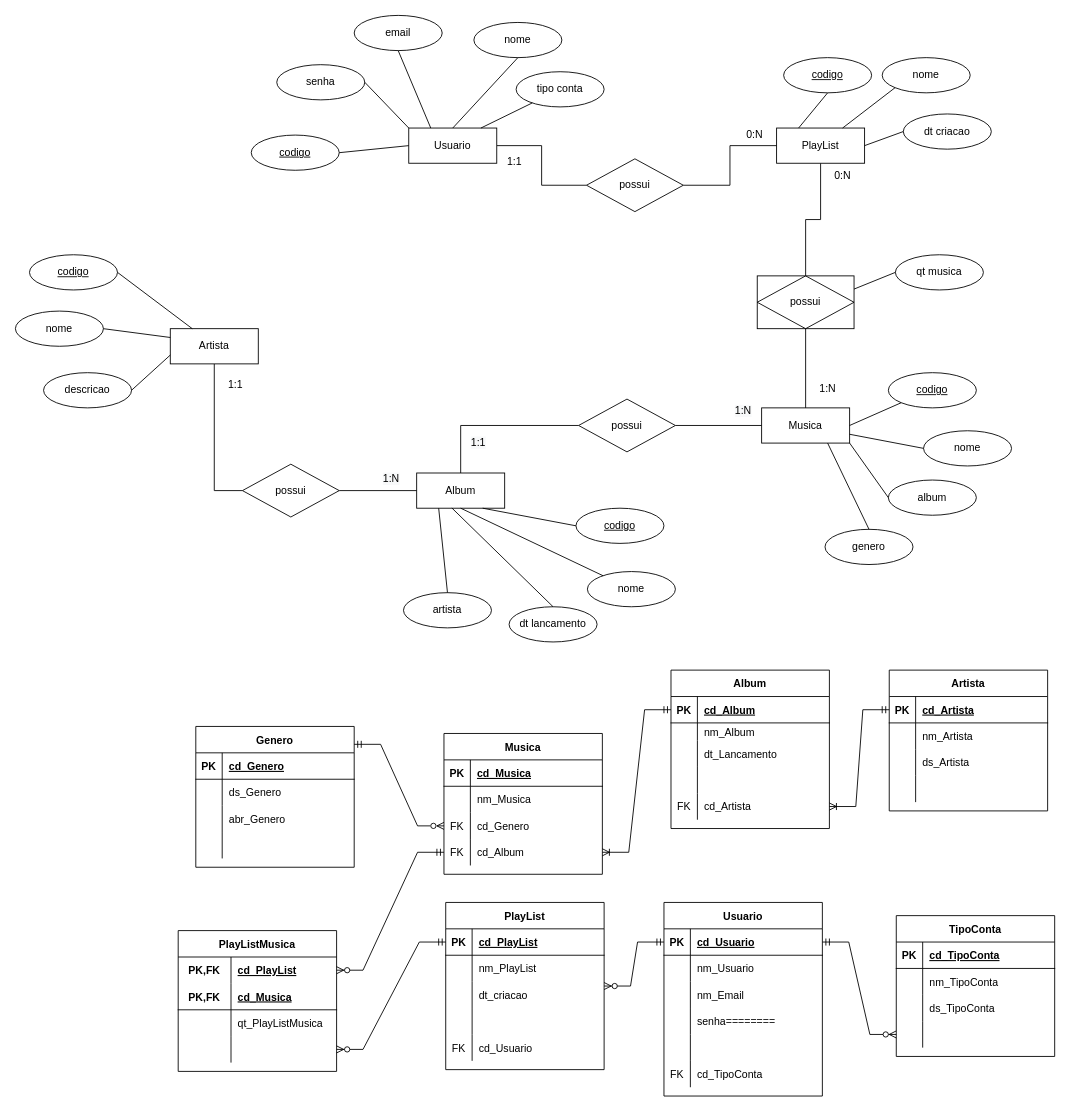
Earlier version of the draw.io diagram Spotify.drawio (NicolyAvelino/ModelagemBancoDeDados). Source tidied: cells renumbered, new cells numbered last; positions are measured from the earlier drawing's top-left corner, leaving out a move shared by most shapes. Both pictures are drawn from the tidied source at 88%, with x=0, y=0 at pixel (15, 15).
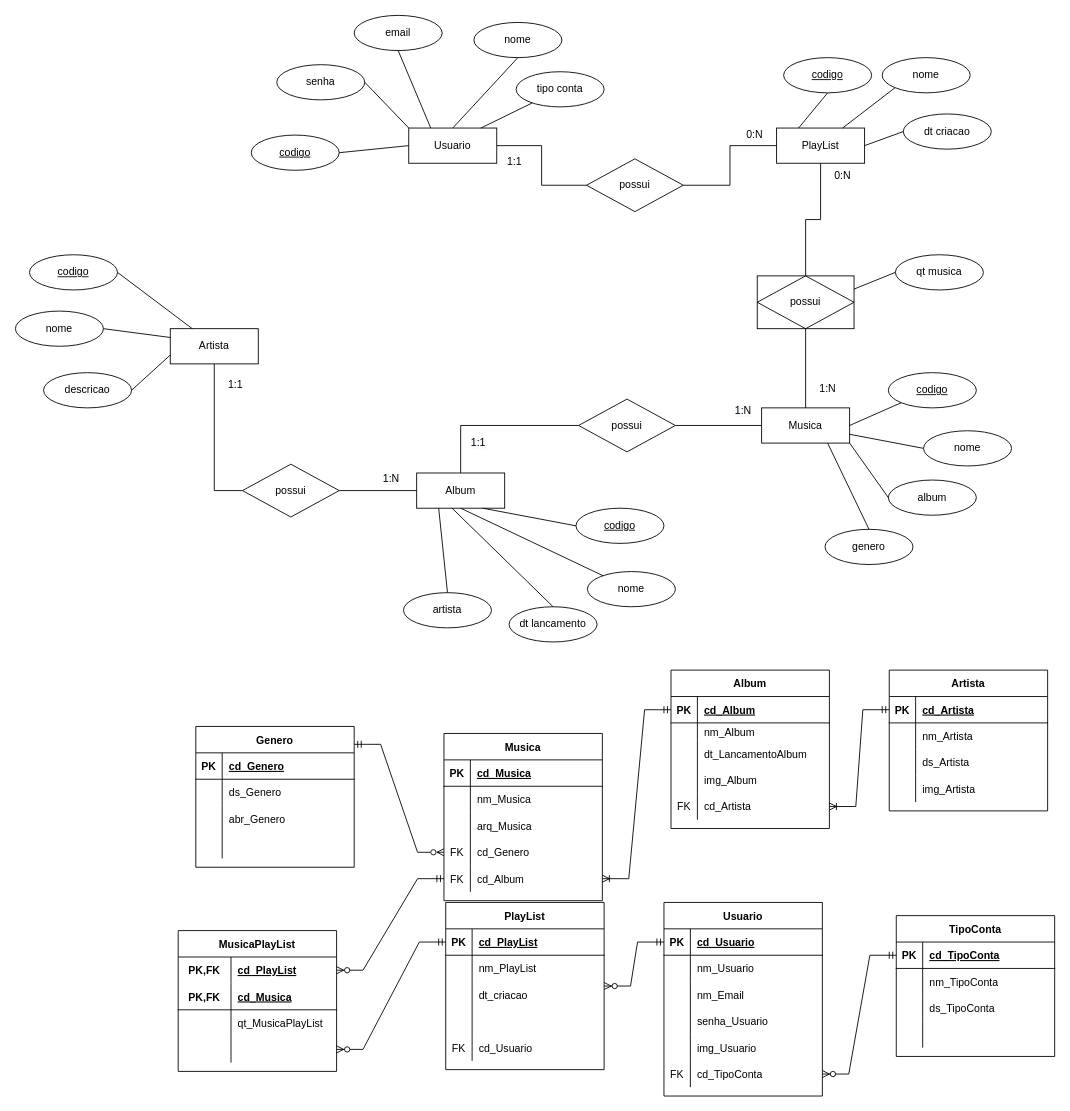
After the change.

Unchanged cells that the change refers to:
```xml
<mxCell id="73" style="shape=tableRow;horizontal=0;startSize=0;swimlaneHead=0;swimlaneBody=0;fillColor=none;top=0;left=0;right=0;bottom=0;" parent="63" vertex="1">
  <mxGeometry y="120" width="180" height="30" as="geometry" />
</mxCell>
<mxCell id="83" style="shape=tableRow;horizontal=0;startSize=0;swimlaneHead=0;swimlaneBody=0;fillColor=none;top=0;left=0;right=0;bottom=0;" parent="76" vertex="1">
  <mxGeometry y="80" width="180" height="30" as="geometry" />
</mxCell>
<mxCell id="86" style="shape=tableRow;horizontal=0;startSize=0;swimlaneHead=0;swimlaneBody=0;fillColor=none;top=0;left=0;right=0;bottom=0;" parent="76" vertex="1">
  <mxGeometry y="110" width="180" height="30" as="geometry" />
</mxCell>
<mxCell id="145" style="shape=tableRow;horizontal=0;startSize=0;swimlaneHead=0;swimlaneBody=0;fillColor=none;top=0;left=0;right=0;bottom=0;" parent="138" vertex="1">
  <mxGeometry y="90" width="180" height="30" as="geometry" />
</mxCell>
<mxCell id="154" style="shape=tableRow;horizontal=0;startSize=0;swimlaneHead=0;swimlaneBody=0;fillColor=none;points=[[0,0.5],[1,0.5]];portConstraint=eastwest;top=0;left=0;right=0;bottom=1;" parent="153" vertex="1">
  <mxGeometry y="30" width="180" height="30" as="geometry" />
</mxCell>
<mxCell id="163" style="shape=tableRow;horizontal=0;startSize=0;swimlaneHead=0;swimlaneBody=0;fillColor=none;top=0;left=0;right=0;bottom=0;" parent="153" vertex="1">
  <mxGeometry y="120" width="180" height="30" as="geometry" />
</mxCell>
<mxCell id="166" style="shape=tableRow;horizontal=0;startSize=0;swimlaneHead=0;swimlaneBody=0;fillColor=none;top=0;left=0;right=0;bottom=0;" parent="153" vertex="1">
  <mxGeometry y="150" width="180" height="30" as="geometry" />
</mxCell>
<mxCell id="169" style="shape=tableRow;horizontal=0;startSize=0;swimlaneHead=0;swimlaneBody=0;fillColor=none;points=[[0,0.5],[1,0.5]];portConstraint=eastwest;top=0;left=0;right=0;bottom=0;" parent="153" vertex="1">
  <mxGeometry y="180" width="180" height="30" as="geometry" />
</mxCell>
<mxCell id="173" style="shape=tableRow;horizontal=0;startSize=0;swimlaneHead=0;swimlaneBody=0;fillColor=none;points=[[0,0.5],[1,0.5]];portConstraint=eastwest;top=0;left=0;right=0;bottom=1;" parent="172" vertex="1">
  <mxGeometry y="30" width="180" height="30" as="geometry" />
</mxCell>
<mxCell id="182" style="shape=tableRow;horizontal=0;startSize=0;swimlaneHead=0;swimlaneBody=0;fillColor=none;points=[[0,0.5],[1,0.5]];portConstraint=eastwest;top=0;left=0;right=0;bottom=0;" parent="172" vertex="1">
  <mxGeometry y="120" width="180" height="30" as="geometry" />
</mxCell>
```

What changed in the source:
```diff
@@
-    <mxCell id="75" style="shape=partialRectangle;fillColor=none;top=0;left=0;bottom=0;right=0;align=left;spacingLeft=6;overflow=hidden;" parent="73" vertex="1">
+    <mxCell id="75" value="img_Artista" style="shape=partialRectangle;fillColor=none;top=0;left=0;bottom=0;right=0;align=left;spacingLeft=6;overflow=hidden;" parent="73" vertex="1">
       <mxGeometry x="30" width="150" height="30" as="geometry" />
     </mxCell>
@@
-    <mxCell id="85" value="dt_Lancamento" style="shape=partialRectangle;fillColor=none;top=0;left=0;bottom=0;right=0;align=left;spacingLeft=6;overflow=hidden;" parent="83" vertex="1">
+    <mxCell id="85" value="dt_LancamentoAlbum" style="shape=partialRectangle;fillColor=none;top=0;left=0;bottom=0;right=0;align=left;spacingLeft=6;overflow=hidden;" parent="83" vertex="1">
       <mxGeometry x="30" width="150" height="30" as="geometry" />
     </mxCell>
@@
-    <mxCell id="88" style="shape=partialRectangle;fillColor=none;top=0;left=0;bottom=0;right=0;align=left;spacingLeft=6;overflow=hidden;" parent="86" vertex="1">
+    <mxCell id="88" value="img_Album" style="shape=partialRectangle;fillColor=none;top=0;left=0;bottom=0;right=0;align=left;spacingLeft=6;overflow=hidden;" parent="86" vertex="1">
       <mxGeometry x="30" width="150" height="30" as="geometry" />
     </mxCell>
@@
     <mxCell id="93" value="Musica" style="shape=table;startSize=30;childLayout=tableLayout;rowLines=0;fontStyle=1;align=center;" parent="1" vertex="1">
-      <mxGeometry x="487" y="816" width="180" height="160" as="geometry" />
+      <mxGeometry x="487" y="816" width="180" height="190" as="geometry" />
     </mxCell>
@@
+    <mxCell id="190" style="shape=tableRow;horizontal=0;startSize=0;swimlaneHead=0;swimlaneBody=0;fillColor=none;top=0;left=0;right=0;bottom=0;" parent="93" vertex="1">
+      <mxGeometry y="90" width="180" height="30" as="geometry" />
+    </mxCell>
+    <mxCell id="191" style="shape=partialRectangle;fillColor=none;top=0;left=0;bottom=0;right=0;overflow=hidden;" parent="190" vertex="1">
+      <mxGeometry width="30" height="30" as="geometry" />
+    </mxCell>
+    <mxCell id="192" value="arq_Musica" style="shape=partialRectangle;fillColor=none;top=0;left=0;bottom=0;right=0;align=left;spacingLeft=6;overflow=hidden;" parent="190" vertex="1">
+      <mxGeometry x="30" width="150" height="30" as="geometry" />
+    </mxCell>
     <mxCell id="100" style="shape=tableRow;horizontal=0;startSize=0;swimlaneHead=0;swimlaneBody=0;fillColor=none;points=[[0,0.5],[1,0.5]];portConstraint=eastwest;top=0;left=0;right=0;bottom=0;" parent="93" vertex="1">
-      <mxGeometry y="90" width="180" height="30" as="geometry" />
+      <mxGeometry y="120" width="180" height="30" as="geometry" />
     </mxCell>
@@
     <mxCell id="103" style="shape=tableRow;horizontal=0;startSize=0;swimlaneHead=0;swimlaneBody=0;fillColor=none;points=[[0,0.5],[1,0.5]];portConstraint=eastwest;top=0;left=0;right=0;bottom=0;" parent="93" vertex="1">
-      <mxGeometry y="120" width="180" height="30" as="geometry" />
+      <mxGeometry y="150" width="180" height="30" as="geometry" />
     </mxCell>
@@
-    <mxCell id="138" value="PlayListMusica" style="shape=table;startSize=30;childLayout=tableLayout;rowLines=0;fontStyle=1;align=center;" parent="1" vertex="1">
+    <mxCell id="138" value="MusicaPlayList" style="shape=table;startSize=30;childLayout=tableLayout;rowLines=0;fontStyle=1;align=center;" parent="1" vertex="1">
       <mxGeometry x="185" y="1040" width="180" height="160" as="geometry" />
     </mxCell>
@@
-    <mxCell id="147" value="qt_PlayListMusica" style="shape=partialRectangle;fillColor=none;top=0;left=0;bottom=0;right=0;align=left;spacingLeft=6;overflow=hidden;" parent="145" vertex="1">
+    <mxCell id="147" value="qt_MusicaPlayList" style="shape=partialRectangle;fillColor=none;top=0;left=0;bottom=0;right=0;align=left;spacingLeft=6;overflow=hidden;" parent="145" vertex="1">
       <mxGeometry x="60" width="120" height="30" as="geometry" />
     </mxCell>
@@
-    <mxCell id="165" value="senha========" style="shape=partialRectangle;fillColor=none;top=0;left=0;bottom=0;right=0;align=left;spacingLeft=6;overflow=hidden;" parent="163" vertex="1">
+    <mxCell id="165" value="senha_Usuario" style="shape=partialRectangle;fillColor=none;top=0;left=0;bottom=0;right=0;align=left;spacingLeft=6;overflow=hidden;" parent="163" vertex="1">
       <mxGeometry x="30" width="150" height="30" as="geometry" />
     </mxCell>
@@
-    <mxCell id="168" style="shape=partialRectangle;fillColor=none;top=0;left=0;bottom=0;right=0;align=left;spacingLeft=6;overflow=hidden;" parent="166" vertex="1">
+    <mxCell id="168" value="img_Usuario" style="shape=partialRectangle;fillColor=none;top=0;left=0;bottom=0;right=0;align=left;spacingLeft=6;overflow=hidden;" parent="166" vertex="1">
       <mxGeometry x="30" width="150" height="30" as="geometry" />
     </mxCell>
@@
-    <mxCell id="187" style="edgeStyle=entityRelationEdgeStyle;fontSize=12;html=1;endArrow=ERzeroToMany;startArrow=ERmandOne;rounded=0;exitX=1;exitY=0.5;exitDx=0;exitDy=0;" parent="1" edge="1" source="154" target="182">
-      <mxGeometry relative="1" as="geometry" />
-    </mxCell>
@@
+    <mxCell id="187" style="edgeStyle=entityRelationEdgeStyle;fontSize=12;html=1;endArrow=ERzeroToMany;startArrow=ERmandOne;rounded=0;exitX=0;exitY=0.5;exitDx=0;exitDy=0;entryX=1;entryY=0.5;entryDx=0;entryDy=0;" parent="1" edge="1" source="173" target="169">
+      <mxGeometry relative="1" as="geometry" />
+    </mxCell>
```
